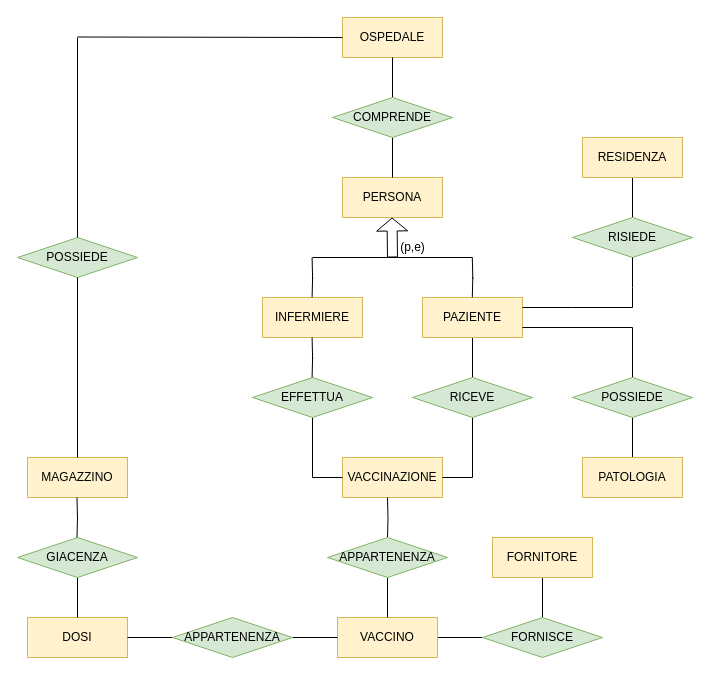
The draw.io diagram report/Diagrammi E-R/Schema finale.drawio in luigi-borriello00/Vaccinations-Tracker, before the edit. Source tidied: cells renumbered, new cells numbered last; positions are measured from the earlier drawing's top-left corner, leaving out a move shared by most shapes. Both pictures are drawn from the tidied source at 100%, with x=0, y=0 at pixel (17, 17).
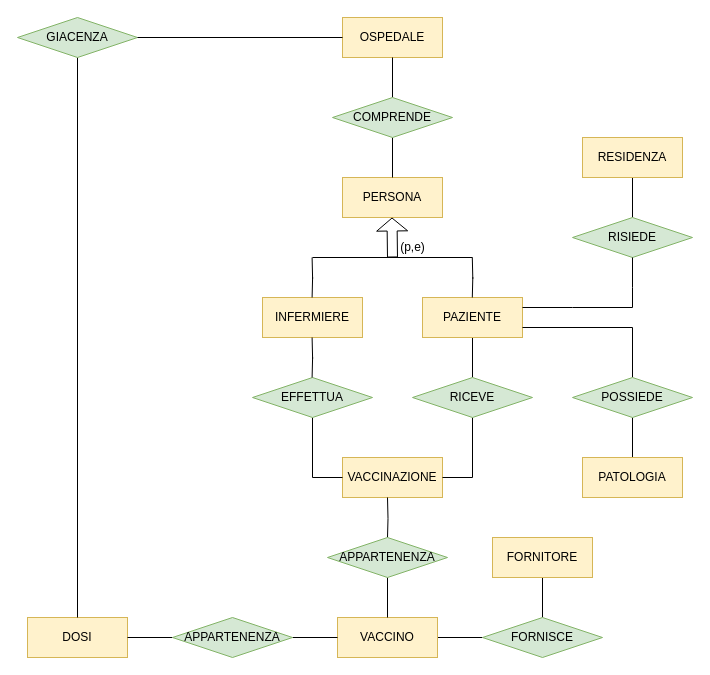
The same page after the edit.

The change refers to these unchanged cells:
```xml
<mxCell id="3" value="&lt;font style=&quot;font-size: 12px&quot;&gt;OSPEDALE&lt;/font&gt;" style="whiteSpace=wrap;html=1;align=center;fontSize=9;fillColor=#fff2cc;strokeColor=#d6b656;" parent="1" vertex="1">
  <mxGeometry x="325" width="100" height="40" as="geometry" />
</mxCell>
```

Change to the diagram source:
```diff
@@
-    <mxCell id="26" value="&lt;font style=&quot;font-size: 12px&quot;&gt;MAGAZZINO&lt;/font&gt;" style="whiteSpace=wrap;html=1;align=center;fontSize=9;fillColor=#fff2cc;strokeColor=#d6b656;" parent="1" vertex="1">
-      <mxGeometry x="10" y="440" width="100" height="40" as="geometry" />
-    </mxCell>
@@
     <mxCell id="35" value="GIACENZA" style="shape=rhombus;perimeter=rhombusPerimeter;whiteSpace=wrap;html=1;align=center;fillColor=#d5e8d4;strokeColor=#82b366;" parent="1" vertex="1">
-      <mxGeometry y="520" width="120" height="40" as="geometry" />
+      <mxGeometry width="120" height="40" as="geometry" />
     </mxCell>
@@
-    <mxCell id="45" value="&lt;span style=&quot;font-size: 12px&quot;&gt;POSSIEDE&lt;/span&gt;" style="shape=rhombus;perimeter=rhombusPerimeter;whiteSpace=wrap;html=1;align=center;fontSize=9;fillColor=#d5e8d4;strokeColor=#82b366;" parent="1" vertex="1">
-      <mxGeometry y="220" width="120" height="40" as="geometry" />
-    </mxCell>
-    <mxCell id="46" style="endArrow=none;html=1;exitX=0.5;exitY=0;exitDx=0;exitDy=0;" parent="1" edge="1" source="45">
-      <mxGeometry relative="1" as="geometry">
-        <mxPoint x="60" y="20" as="targetPoint" />
-      </mxGeometry>
-    </mxCell>
-    <mxCell id="47" style="endArrow=none;html=1;" parent="1" edge="1">
-      <mxGeometry relative="1" as="geometry">
-        <mxPoint x="60" y="19.5" as="sourcePoint" />
-        <mxPoint x="325" y="20" as="targetPoint" />
-      </mxGeometry>
-    </mxCell>
-    <mxCell id="48" style="endArrow=none;html=1;entryX=0.5;entryY=0;entryDx=0;entryDy=0;" parent="1" edge="1" target="26">
-      <mxGeometry relative="1" as="geometry">
-        <mxPoint x="60" y="260" as="sourcePoint" />
-      </mxGeometry>
-    </mxCell>
-    <mxCell id="49" style="edgeStyle=orthogonalEdgeStyle;rounded=0;orthogonalLoop=1;jettySize=auto;html=1;endArrow=none;endFill=0;" parent="1" edge="1">
-      <mxGeometry relative="1" as="geometry">
-        <mxPoint x="59.5" y="480" as="sourcePoint" />
-        <mxPoint x="59.5" y="520" as="targetPoint" />
-      </mxGeometry>
-    </mxCell>
+    <mxCell id="50" style="endArrow=none;html=1;entryX=0;entryY=0.5;entryDx=0;entryDy=0;" parent="1" edge="1" target="3">
+      <mxGeometry relative="1" as="geometry">
+        <mxPoint x="120" y="20" as="sourcePoint" />
+      </mxGeometry>
+    </mxCell>
```
